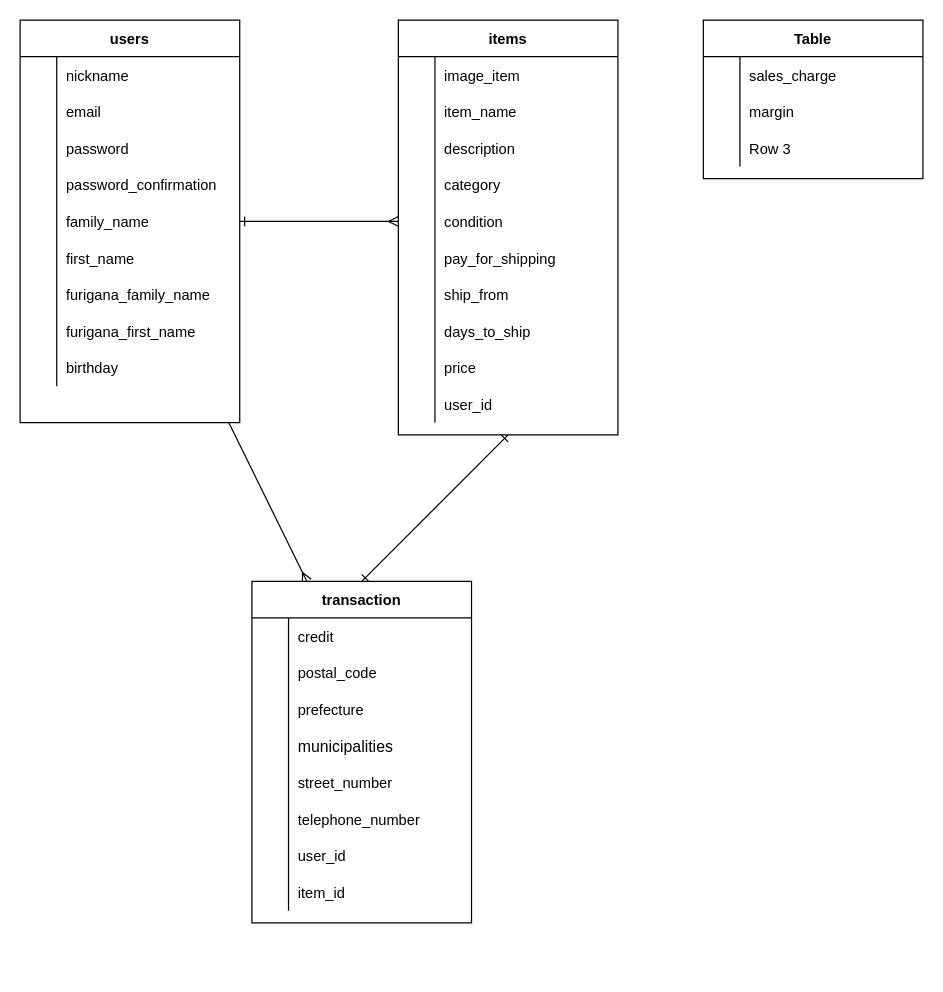
Emiri-Kakazu/2nd-furima-32894 keeps this draw.io diagram as ER.dio. Above is the earlier version. Source tidied: cells renumbered, new cells numbered last; positions are measured from the earlier drawing's top-left corner, leaving out a move shared by most shapes. Both pictures are drawn from the tidied source at 122%, with x=0, y=0 at pixel (20, 20).
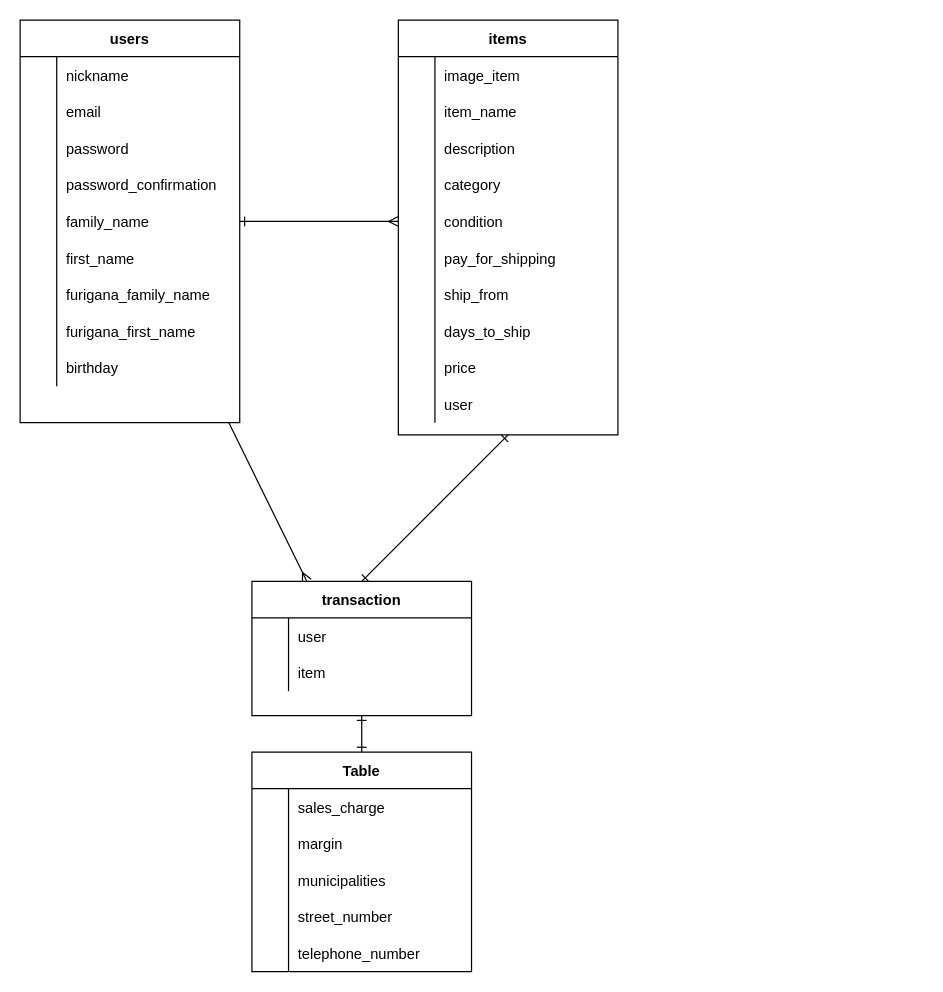
The same diagram, later.

Unchanged cells that the change refers to:
```xml
<mxCell id="60" style="shape=partialRectangle;fillColor=none;top=0;left=0;bottom=0;right=0;" parent="32" vertex="1">
  <mxGeometry y="300" width="180" height="30" as="geometry" />
</mxCell>
<mxCell id="70" style="shape=partialRectangle;fillColor=none;top=0;left=0;bottom=0;right=0;" parent="63" vertex="1">
  <mxGeometry y="90" width="180" height="30" as="geometry" />
</mxCell>
```

Diff of the diagram source:
```diff
@@
-    <mxCell id="62" value="user_id" style="shape=partialRectangle;fillColor=none;top=0;left=0;bottom=0;right=0;align=left;spacingLeft=6;overflow=hidden;" parent="60" vertex="1">
+    <mxCell id="62" value="user" style="shape=partialRectangle;fillColor=none;top=0;left=0;bottom=0;right=0;align=left;spacingLeft=6;overflow=hidden;" parent="60" vertex="1">
       <mxGeometry x="30" width="150" height="30" as="geometry" />
     </mxCell>
     <mxCell id="63" value="Table" style="shape=table;startSize=30;childLayout=tableLayout;rowLines=0;fontStyle=1;align=center;" parent="1" vertex="1">
-      <mxGeometry x="560" width="180" height="130" as="geometry" />
+      <mxGeometry x="190" y="600" width="180" height="180" as="geometry" />
     </mxCell>
@@
-    <mxCell id="72" value="Row 3" style="shape=partialRectangle;fillColor=none;top=0;left=0;bottom=0;right=0;align=left;spacingLeft=6;overflow=hidden;" parent="70" vertex="1">
+    <mxCell id="72" value="municipalities" style="shape=partialRectangle;fillColor=none;top=0;left=0;bottom=0;right=0;align=left;spacingLeft=6;overflow=hidden;" parent="70" vertex="1">
       <mxGeometry x="30" width="150" height="30" as="geometry" />
     </mxCell>
+    <mxCell id="83" style="shape=partialRectangle;fillColor=none;top=0;left=0;bottom=0;right=0;" parent="63" vertex="1">
+      <mxGeometry y="120" width="180" height="30" as="geometry" />
+    </mxCell>
+    <mxCell id="99" style="shape=partialRectangle;fillColor=none;top=0;left=0;bottom=0;right=0;overflow=hidden;" parent="83" vertex="1">
+      <mxGeometry width="30" height="30" as="geometry" />
+    </mxCell>
+    <mxCell id="88" value="street_number" style="shape=partialRectangle;fillColor=none;top=0;left=0;bottom=0;right=0;align=left;spacingLeft=6;overflow=hidden;" parent="83" vertex="1">
+      <mxGeometry x="30" width="150" height="30" as="geometry" />
+    </mxCell>
+    <mxCell id="86" style="shape=partialRectangle;fillColor=none;top=0;left=0;bottom=0;right=0;" parent="63" vertex="1">
+      <mxGeometry y="150" width="180" height="30" as="geometry" />
+    </mxCell>
+    <mxCell id="100" style="shape=partialRectangle;fillColor=none;top=0;left=0;bottom=0;right=0;overflow=hidden;" parent="86" vertex="1">
+      <mxGeometry width="30" height="30" as="geometry" />
+    </mxCell>
+    <mxCell id="91" value="telephone_number" style="shape=partialRectangle;fillColor=none;top=0;left=0;bottom=0;right=0;align=left;spacingLeft=6;overflow=hidden;" parent="86" vertex="1">
+      <mxGeometry x="30" width="150" height="30" as="geometry" />
+    </mxCell>
+    <mxCell id="101" style="edgeStyle=none;html=1;entryX=0.5;entryY=0;entryDx=0;entryDy=0;endArrow=ERone;endFill=0;startArrow=ERone;startFill=0;" parent="1" edge="1" source="73" target="63">
+      <mxGeometry relative="1" as="geometry" />
+    </mxCell>
     <mxCell id="73" value="transaction" style="shape=table;startSize=30;childLayout=tableLayout;rowLines=0;fontStyle=1;align=center;" parent="1" vertex="1">
-      <mxGeometry x="190" y="460" width="180" height="280" as="geometry" />
+      <mxGeometry x="190" y="460" width="180" height="110" as="geometry" />
     </mxCell>
-    <mxCell id="74" style="shape=partialRectangle;fillColor=none;top=0;left=0;bottom=0;right=0;" parent="73" vertex="1">
-      <mxGeometry y="30" width="180" height="30" as="geometry" />
-    </mxCell>
-    <mxCell id="75" style="shape=partialRectangle;fillColor=none;top=0;left=0;bottom=0;right=0;overflow=hidden;" parent="74" vertex="1">
-      <mxGeometry width="30" height="30" as="geometry" />
-    </mxCell>
-    <mxCell id="76" value="credit" style="shape=partialRectangle;fillColor=none;top=0;left=0;bottom=0;right=0;align=left;spacingLeft=6;overflow=hidden;" parent="74" vertex="1">
-      <mxGeometry x="30" width="150" height="30" as="geometry" />
-    </mxCell>
-    <mxCell id="77" style="shape=partialRectangle;fillColor=none;top=0;left=0;bottom=0;right=0;" parent="73" vertex="1">
-      <mxGeometry y="60" width="180" height="30" as="geometry" />
-    </mxCell>
-    <mxCell id="78" style="shape=partialRectangle;fillColor=none;top=0;left=0;bottom=0;right=0;overflow=hidden;" parent="77" vertex="1">
-      <mxGeometry width="30" height="30" as="geometry" />
-    </mxCell>
-    <mxCell id="79" value="postal_code" style="shape=partialRectangle;fillColor=none;top=0;left=0;bottom=0;right=0;align=left;spacingLeft=6;overflow=hidden;" parent="77" vertex="1">
-      <mxGeometry x="30" width="150" height="30" as="geometry" />
-    </mxCell>
-    <mxCell id="80" style="shape=partialRectangle;fillColor=none;top=0;left=0;bottom=0;right=0;" parent="73" vertex="1">
-      <mxGeometry y="90" width="180" height="30" as="geometry" />
-    </mxCell>
-    <mxCell id="81" style="shape=partialRectangle;fillColor=none;top=0;left=0;bottom=0;right=0;overflow=hidden;" parent="80" vertex="1">
-      <mxGeometry width="30" height="30" as="geometry" />
-    </mxCell>
-    <mxCell id="82" value="prefecture" style="shape=partialRectangle;fillColor=none;top=0;left=0;bottom=0;right=0;align=left;spacingLeft=6;overflow=hidden;" parent="80" vertex="1">
-      <mxGeometry x="30" width="150" height="30" as="geometry" />
-    </mxCell>
-    <mxCell id="83" style="shape=partialRectangle;fillColor=none;top=0;left=0;bottom=0;right=0;" parent="73" vertex="1">
-      <mxGeometry y="120" width="180" height="30" as="geometry" />
-    </mxCell>
-    <mxCell id="84" style="shape=partialRectangle;fillColor=none;top=0;left=0;bottom=0;right=0;overflow=hidden;" parent="83" vertex="1">
-      <mxGeometry width="30" height="30" as="geometry" />
-    </mxCell>
-    <mxCell id="85" value="municipalities" style="shape=partialRectangle;fillColor=none;top=0;left=0;bottom=0;right=0;align=left;spacingLeft=6;overflow=hidden;fontSize=13;" parent="83" vertex="1">
-      <mxGeometry x="30" width="150" height="30" as="geometry" />
-    </mxCell>
-    <mxCell id="86" style="shape=partialRectangle;fillColor=none;top=0;left=0;bottom=0;right=0;" parent="73" vertex="1">
-      <mxGeometry y="150" width="180" height="30" as="geometry" />
-    </mxCell>
-    <mxCell id="87" style="shape=partialRectangle;fillColor=none;top=0;left=0;bottom=0;right=0;overflow=hidden;" parent="86" vertex="1">
-      <mxGeometry width="30" height="30" as="geometry" />
-    </mxCell>
-    <mxCell id="88" value="street_number" style="shape=partialRectangle;fillColor=none;top=0;left=0;bottom=0;right=0;align=left;spacingLeft=6;overflow=hidden;" parent="86" vertex="1">
-      <mxGeometry x="30" width="150" height="30" as="geometry" />
-    </mxCell>
-    <mxCell id="89" style="shape=partialRectangle;fillColor=none;top=0;left=0;bottom=0;right=0;" parent="73" vertex="1">
-      <mxGeometry y="180" width="180" height="30" as="geometry" />
-    </mxCell>
-    <mxCell id="90" style="shape=partialRectangle;fillColor=none;top=0;left=0;bottom=0;right=0;overflow=hidden;" parent="89" vertex="1">
-      <mxGeometry width="30" height="30" as="geometry" />
-    </mxCell>
-    <mxCell id="91" value="telephone_number" style="shape=partialRectangle;fillColor=none;top=0;left=0;bottom=0;right=0;align=left;spacingLeft=6;overflow=hidden;" parent="89" vertex="1">
-      <mxGeometry x="30" width="150" height="30" as="geometry" />
-    </mxCell>
     <mxCell id="92" style="shape=partialRectangle;fillColor=none;top=0;left=0;bottom=0;right=0;" parent="73" vertex="1">
-      <mxGeometry y="210" width="180" height="30" as="geometry" />
+      <mxGeometry y="30" width="180" height="30" as="geometry" />
     </mxCell>
@@
-    <mxCell id="94" value="user_id" style="shape=partialRectangle;fillColor=none;top=0;left=0;bottom=0;right=0;align=left;spacingLeft=6;overflow=hidden;" parent="92" vertex="1">
+    <mxCell id="94" value="user" style="shape=partialRectangle;fillColor=none;top=0;left=0;bottom=0;right=0;align=left;spacingLeft=6;overflow=hidden;" parent="92" vertex="1">
       <mxGeometry x="30" width="150" height="30" as="geometry" />
     </mxCell>
     <mxCell id="95" style="shape=partialRectangle;fillColor=none;top=0;left=0;bottom=0;right=0;" parent="73" vertex="1">
-      <mxGeometry y="240" width="180" height="30" as="geometry" />
+      <mxGeometry y="60" width="180" height="30" as="geometry" />
     </mxCell>
@@
-    <mxCell id="97" value="item_id" style="shape=partialRectangle;fillColor=none;top=0;left=0;bottom=0;right=0;align=left;spacingLeft=6;overflow=hidden;" parent="95" vertex="1">
+    <mxCell id="97" value="item" style="shape=partialRectangle;fillColor=none;top=0;left=0;bottom=0;right=0;align=left;spacingLeft=6;overflow=hidden;" parent="95" vertex="1">
       <mxGeometry x="30" width="150" height="30" as="geometry" />
     </mxCell>
```
